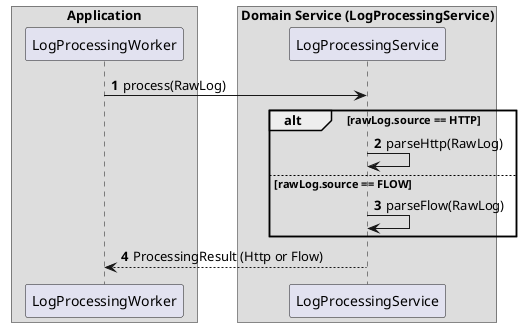
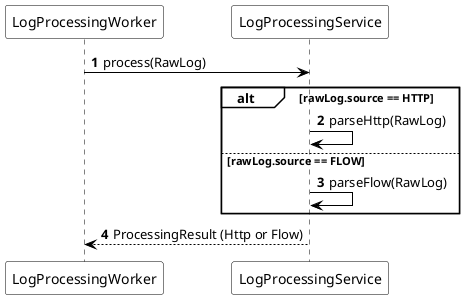
@startuml sequence-log-processing
autonumber
- skinparam BoxPadding 10
- skinparam ParticipantPadding 10
+ <style>
+ root {
+   BackgroundColor white
+   LineColor black
+   FontColor black
+ }
+ sequenceDiagram {
+   participant {
+     Padding 10
+   }
+ }
+ </style>

- box "Application"
participant "LogProcessingWorker" as Worker
- end box
- 
- box "Domain Service (LogProcessingService)"
participant "LogProcessingService" as Service
- end box

Worker -> Service : process(RawLog)
alt rawLog.source == HTTP
    Service -> Service : parseHttp(RawLog)
else rawLog.source == FLOW
    Service -> Service : parseFlow(RawLog)
end
Service --> Worker : ProcessingResult (Http or Flow)

@enduml
